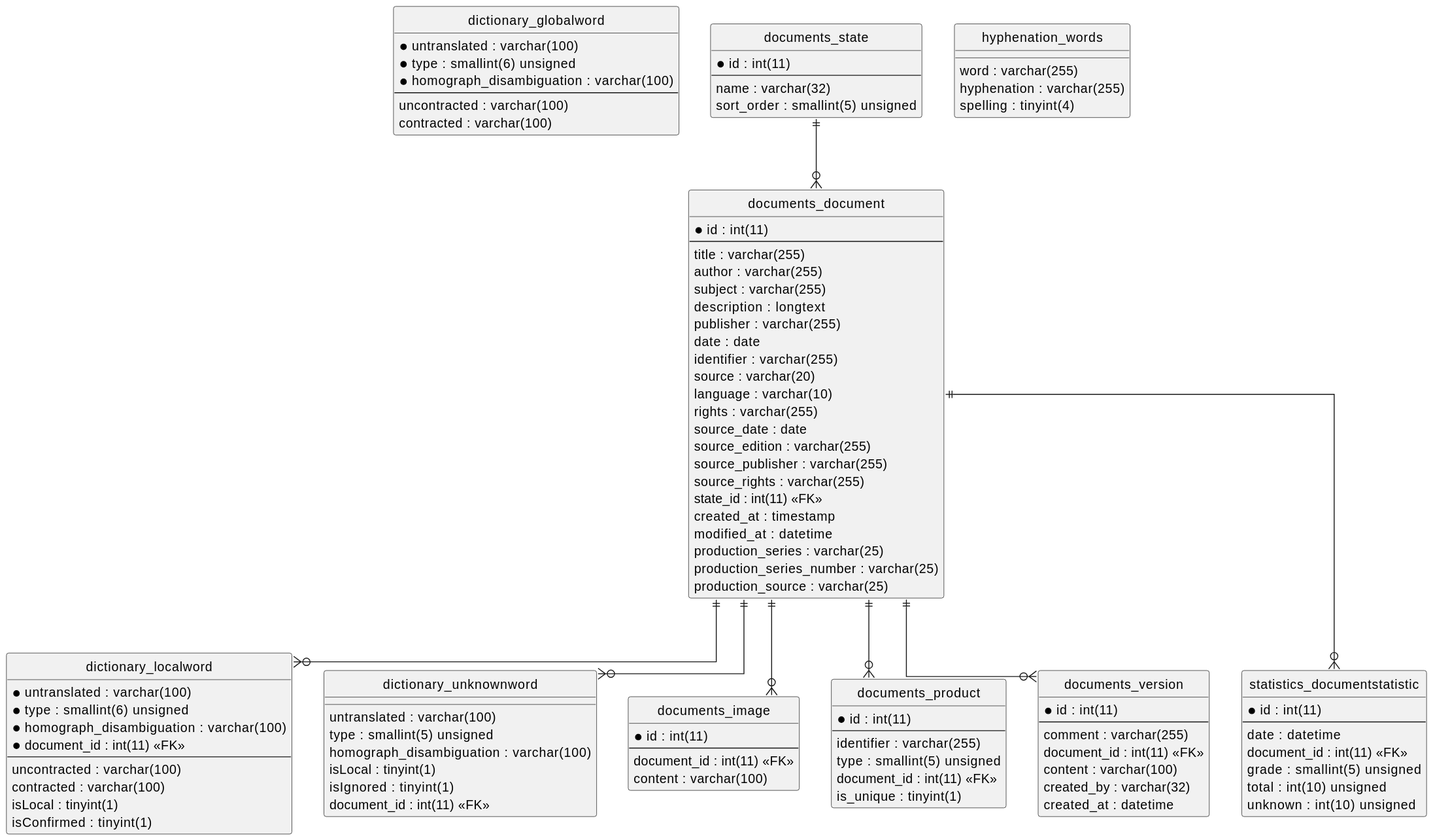
Before: doc/db_schema.svg, a diagram exported from PlantUML (sbsdev/daisyproducer2).
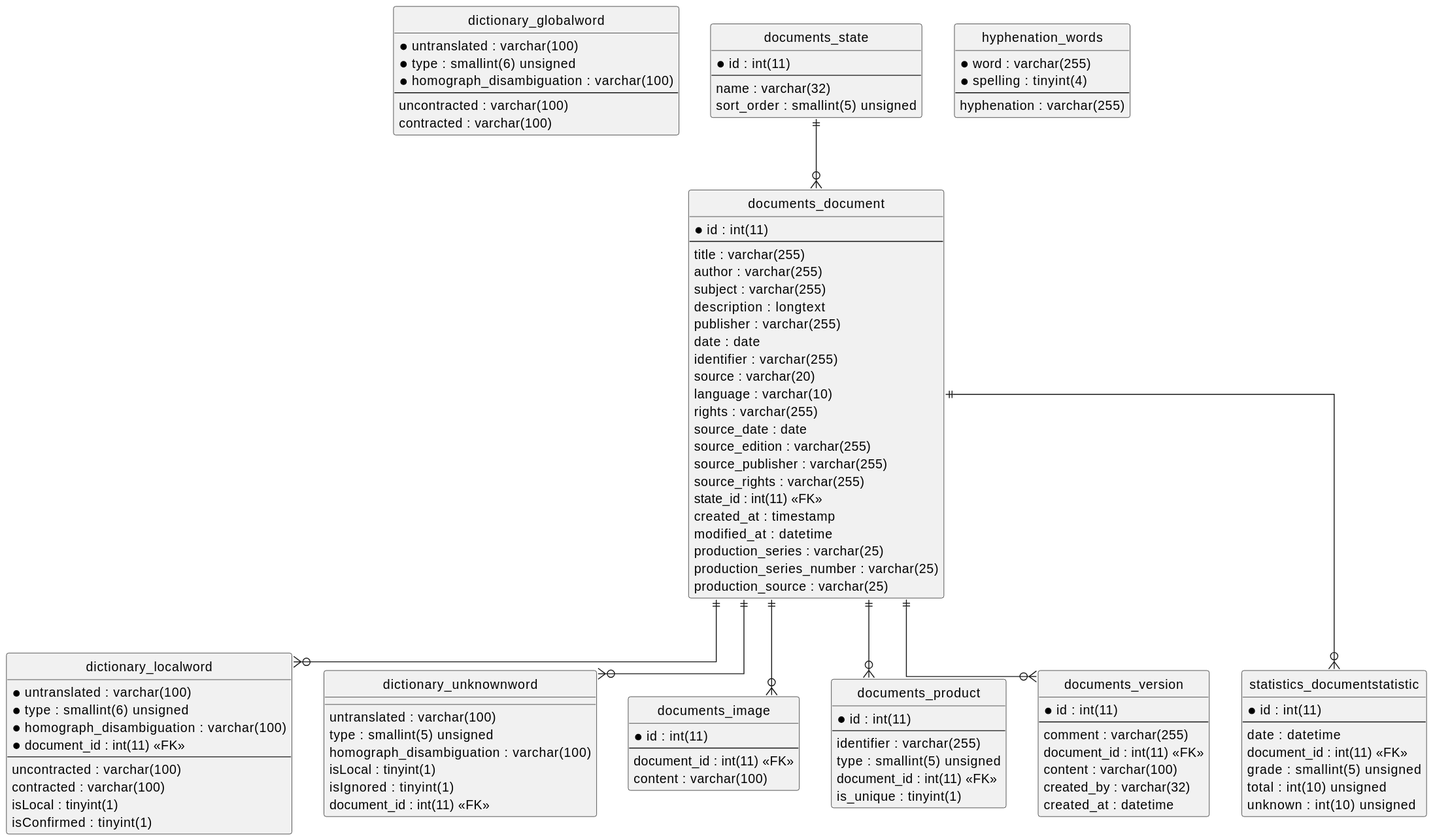
The same diagram one commit later.

Commit message:
Update the schema documentation to the hyphenations table

Assisted-by: Claude:claude-opus-5-5

Diff of the diagram source:
```diff
@@ -91,9 +91,10 @@
 }
 
 entity "hyphenation_words" {
-  word : varchar(255)
+  *word : varchar(255)
+  *spelling : tinyint(4)
+  --
   hyphenation : varchar(255)
-  spelling : tinyint(4)
 }
 
 entity "statistics_documentstatistic" {
```
